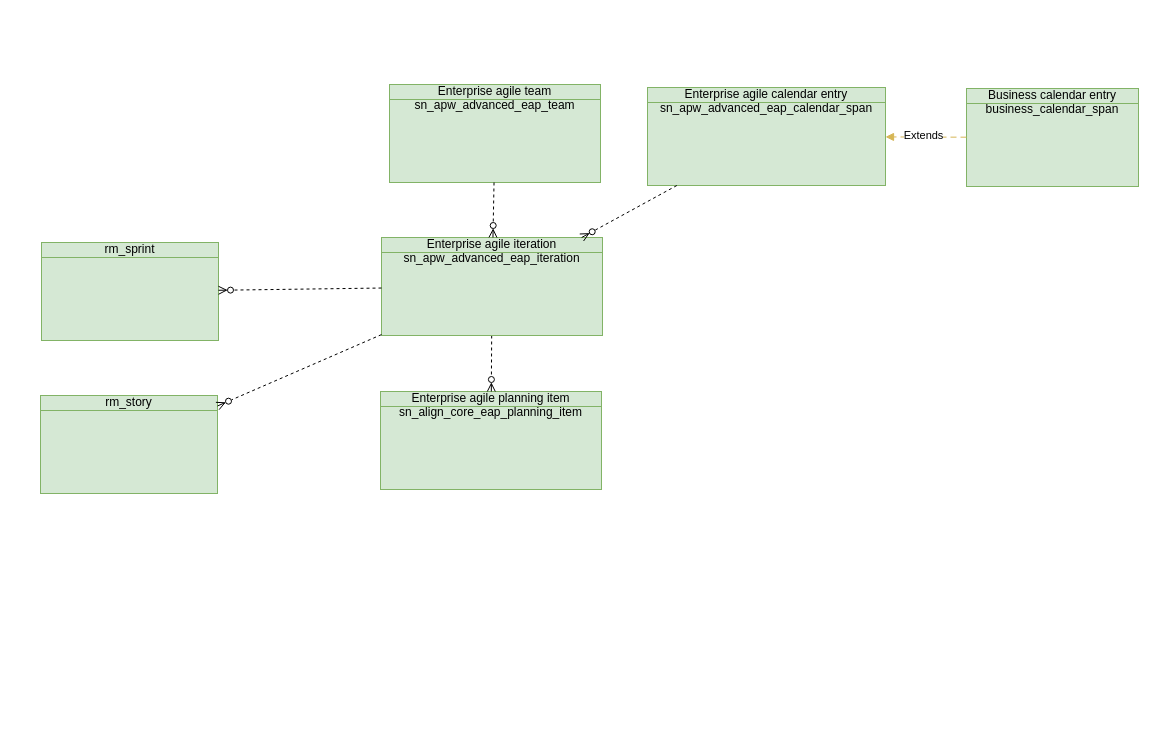
Earlier version of the draw.io diagram BoschEAP.drawio (algimas/tmp). Source tidied: cells renumbered, new cells numbered last; positions are measured from the earlier drawing's top-left corner, leaving out a move shared by most shapes. Both pictures are drawn from the tidied source at 100%, with x=0, y=0 at pixel (40, 84).
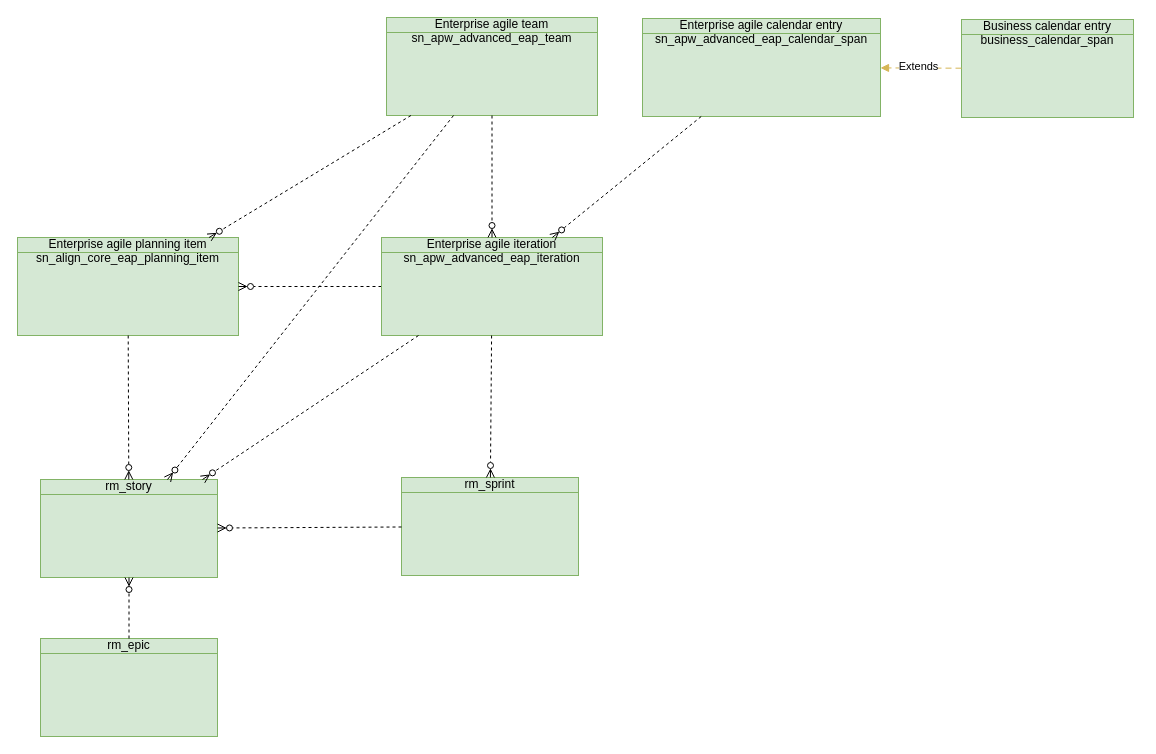
The same diagram, later.

Change to the diagram source:
```diff
@@
     <mxCell id="2" value="rm_sprint" style="html=1;outlineConnect=0;whiteSpace=wrap;fillColor=#d5e8d4;shape=mxgraph.archimate3.businessObject;overflow=fill;strokeColor=#82b366;" parent="1" vertex="1">
-      <mxGeometry x="1" y="158" width="177" height="98" as="geometry" />
+      <mxGeometry x="361" y="393" width="177" height="98" as="geometry" />
     </mxCell>
     <mxCell id="3" value="Enterprise agile planning item sn_align_core_eap_planning_item" style="html=1;outlineConnect=0;whiteSpace=wrap;fillColor=#d5e8d4;shape=mxgraph.archimate3.businessObject;overflow=fill;strokeColor=#82b366;" parent="1" vertex="1">
-      <mxGeometry x="340" y="307" width="221" height="98" as="geometry" />
+      <mxGeometry x="-23" y="153" width="221" height="98" as="geometry" />
     </mxCell>
@@
     <mxCell id="5" value="rm_story" style="html=1;outlineConnect=0;whiteSpace=wrap;fillColor=#d5e8d4;shape=mxgraph.archimate3.businessObject;overflow=fill;strokeColor=#82b366;" parent="1" vertex="1">
-      <mxGeometry y="311" width="177" height="98" as="geometry" />
+      <mxGeometry y="395" width="177" height="98" as="geometry" />
     </mxCell>
@@
     <mxCell id="7" value="Enterprise agile team sn_apw_advanced_eap_team" style="html=1;outlineConnect=0;whiteSpace=wrap;fillColor=#d5e8d4;shape=mxgraph.archimate3.businessObject;overflow=fill;strokeColor=#82b366;" parent="1" vertex="1">
-      <mxGeometry x="349" width="211" height="98" as="geometry" />
+      <mxGeometry x="346" y="-67" width="211" height="98" as="geometry" />
     </mxCell>
     <mxCell id="8" value="&lt;div&gt;Enterprise agile calendar entry&lt;/div&gt;sn_apw_advanced_eap_calendar_span" style="html=1;outlineConnect=0;whiteSpace=wrap;fillColor=#d5e8d4;shape=mxgraph.archimate3.businessObject;overflow=fill;strokeColor=#82b366;" parent="1" vertex="1">
-      <mxGeometry x="607" y="3" width="238" height="98" as="geometry" />
+      <mxGeometry x="602" y="-66" width="238" height="98" as="geometry" />
     </mxCell>
     <mxCell id="9" value="&lt;div&gt;Business calendar entry&lt;/div&gt;business_calendar_span" style="html=1;outlineConnect=0;whiteSpace=wrap;fillColor=#d5e8d4;shape=mxgraph.archimate3.businessObject;overflow=fill;strokeColor=#82b366;" parent="1" vertex="1">
-      <mxGeometry x="926" y="4" width="172" height="98" as="geometry" />
+      <mxGeometry x="921" y="-65" width="172" height="98" as="geometry" />
     </mxCell>
@@
+    <mxCell id="16" style="html=1;dashed=1;labelBackgroundColor=none;startArrow=none;endArrow=ERzeroToMany;fontFamily=Verdana;fontSize=12;align=left;startFill=0;endFill=0;" parent="1" edge="1" source="3" target="5">
+      <mxGeometry relative="1" as="geometry" />
+    </mxCell>
+    <mxCell id="17" style="html=1;dashed=1;labelBackgroundColor=none;startArrow=none;endArrow=ERzeroToMany;fontFamily=Verdana;fontSize=12;align=left;startFill=0;endFill=0;" parent="1" edge="1" source="2" target="5">
+      <mxGeometry relative="1" as="geometry" />
+    </mxCell>
+    <mxCell id="18" value="rm_epic" style="html=1;outlineConnect=0;whiteSpace=wrap;fillColor=#d5e8d4;shape=mxgraph.archimate3.businessObject;overflow=fill;strokeColor=#82b366;" parent="1" vertex="1">
+      <mxGeometry y="554" width="177" height="98" as="geometry" />
+    </mxCell>
+    <mxCell id="19" style="html=1;dashed=1;labelBackgroundColor=none;startArrow=none;endArrow=ERzeroToMany;fontFamily=Verdana;fontSize=12;align=left;startFill=0;endFill=0;" parent="1" edge="1" source="18" target="5">
+      <mxGeometry relative="1" as="geometry" />
+    </mxCell>
+    <mxCell id="20" style="html=1;dashed=1;labelBackgroundColor=none;startArrow=none;endArrow=ERzeroToMany;fontFamily=Verdana;fontSize=12;align=left;startFill=0;endFill=0;" parent="1" edge="1" source="7" target="5">
+      <mxGeometry relative="1" as="geometry" />
+    </mxCell>
+    <mxCell id="21" style="html=1;dashed=1;labelBackgroundColor=none;startArrow=none;endArrow=ERzeroToMany;fontFamily=Verdana;fontSize=12;align=left;startFill=0;endFill=0;" parent="1" edge="1" source="7" target="3">
+      <mxGeometry relative="1" as="geometry" />
+    </mxCell>
```
